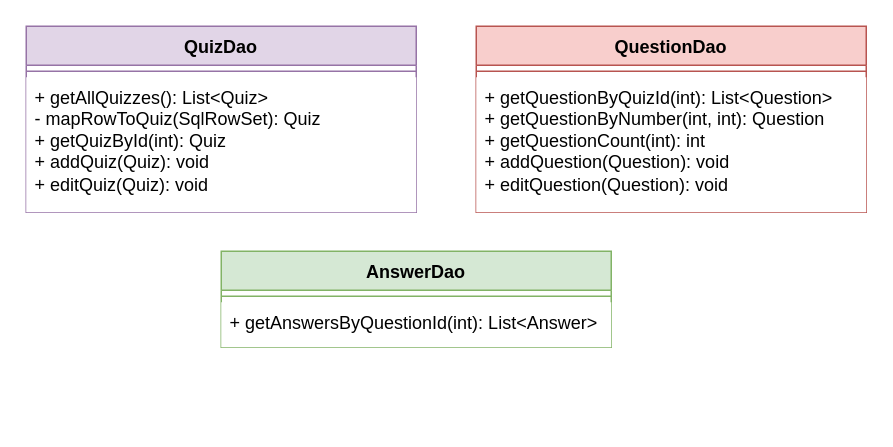
The draw.io diagram page "DAO" (1 of 4) of diagrams/sprint2-project-diagram.drawio in full-stack-devs-learn/niantic-2024-sprint-2-team-3, before the edit. Source tidied: cells renumbered, new cells numbered last; positions are measured from the earlier drawing's top-left corner, leaving out a move shared by most shapes. Both pictures are drawn from the tidied source at 150%, with x=0, y=0 at pixel (26, 26).
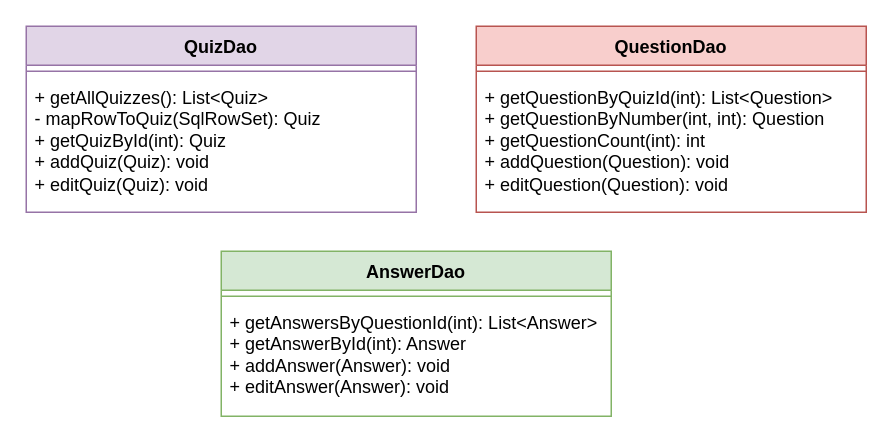
Above is the later version.

The edit, as a diff of the source:
```diff
@@
 <mxGraphModel>
   <root>
     <mxCell id="0" />
     <mxCell id="1" parent="0" />
     <mxCell id="2" value="QuizDao" style="swimlane;fontStyle=1;align=center;verticalAlign=top;horizontal=1;startSize=26;whiteSpace=wrap;html=1;fillColor=#e1d5e7;strokeColor=#9673a6;" parent="1" vertex="1">
       <mxGeometry width="260" height="124" as="geometry" />
     </mxCell>
     <mxCell id="3" style="line;strokeWidth=1;fillColor=none;align=left;verticalAlign=middle;spacingTop=-1;spacingLeft=3;spacingRight=3;labelPosition=right;strokeColor=inherit;" parent="2" vertex="1">
       <mxGeometry y="26" width="260" height="8" as="geometry" />
     </mxCell>
-    <mxCell id="4" value="+ getAllQuizzes(): List&amp;lt;Quiz&amp;gt;&lt;div&gt;- mapRowToQuiz(SqlRowSet): Quiz&lt;/div&gt;&lt;div&gt;+ getQuizById(int): Quiz&lt;/div&gt;&lt;div&gt;+ addQuiz(Quiz): void&lt;/div&gt;&lt;div&gt;+ editQuiz(Quiz): void&lt;/div&gt;" style="text;strokeColor=none;fillColor=default;align=left;verticalAlign=top;spacingLeft=4;spacingRight=4;overflow=hidden;whiteSpace=wrap;html=1;" parent="2" vertex="1">
+    <mxCell id="4" value="+ getAllQuizzes(): List&amp;lt;Quiz&amp;gt;&lt;div&gt;- mapRowToQuiz(SqlRowSet): Quiz&lt;/div&gt;&lt;div&gt;+ getQuizById(int): Quiz&lt;/div&gt;&lt;div&gt;+ addQuiz(Quiz): void&lt;/div&gt;&lt;div&gt;+ editQuiz(Quiz): void&lt;/div&gt;" style="text;strokeColor=none;fillColor=none;align=left;verticalAlign=top;spacingLeft=4;spacingRight=4;overflow=hidden;whiteSpace=wrap;html=1;" parent="2" vertex="1">
       <mxGeometry y="34" width="260" height="90" as="geometry" />
     </mxCell>
     <mxCell id="5" value="QuestionDao" style="swimlane;fontStyle=1;align=center;verticalAlign=top;horizontal=1;startSize=26;whiteSpace=wrap;html=1;fillColor=#f8cecc;strokeColor=#b85450;" parent="1" vertex="1">
       <mxGeometry x="300" width="260" height="124" as="geometry" />
     </mxCell>
     <mxCell id="6" style="line;strokeWidth=1;fillColor=none;align=left;verticalAlign=middle;spacingTop=-1;spacingLeft=3;spacingRight=3;labelPosition=right;strokeColor=inherit;" parent="5" vertex="1">
       <mxGeometry y="26" width="260" height="8" as="geometry" />
     </mxCell>
-    <mxCell id="7" value="+ getQuestionByQuizId(int): List&amp;lt;Question&amp;gt;&lt;div&gt;+ getQuestionByNumber(int, int): Question&lt;/div&gt;&lt;div&gt;+ getQuestionCount(int): int&lt;/div&gt;&lt;div&gt;+ addQuestion(Question): void&lt;/div&gt;&lt;div&gt;+ editQuestion(Question): void&lt;/div&gt;" style="text;strokeColor=none;fillColor=default;align=left;verticalAlign=top;spacingLeft=4;spacingRight=4;overflow=hidden;whiteSpace=wrap;html=1;" parent="5" vertex="1">
+    <mxCell id="7" value="+ getQuestionByQuizId(int): List&amp;lt;Question&amp;gt;&lt;div&gt;+ getQuestionByNumber(int, int): Question&lt;/div&gt;&lt;div&gt;+ getQuestionCount(int): int&lt;/div&gt;&lt;div&gt;+ addQuestion(Question): void&lt;/div&gt;&lt;div&gt;+ editQuestion(Question): void&lt;/div&gt;" style="text;strokeColor=none;fillColor=none;align=left;verticalAlign=top;spacingLeft=4;spacingRight=4;overflow=hidden;whiteSpace=wrap;html=1;" parent="5" vertex="1">
       <mxGeometry y="34" width="260" height="90" as="geometry" />
     </mxCell>
     <mxCell id="8" value="AnswerDao" style="swimlane;fontStyle=1;align=center;verticalAlign=top;horizontal=1;startSize=26;whiteSpace=wrap;html=1;fillColor=#d5e8d4;strokeColor=#82b366;" parent="1" vertex="1">
-      <mxGeometry x="130" y="150" width="260" height="64" as="geometry" />
+      <mxGeometry x="130" y="150" width="260" height="110" as="geometry" />
     </mxCell>
     <mxCell id="9" style="line;strokeWidth=1;fillColor=none;align=left;verticalAlign=middle;spacingTop=-1;spacingLeft=3;spacingRight=3;labelPosition=right;strokeColor=inherit;" parent="8" vertex="1">
       <mxGeometry y="26" width="260" height="8" as="geometry" />
     </mxCell>
-    <mxCell id="10" value="+ getAnswersByQuestionId(int): List&amp;lt;Answer&amp;gt;" style="text;strokeColor=none;fillColor=default;align=left;verticalAlign=top;spacingLeft=4;spacingRight=4;overflow=hidden;whiteSpace=wrap;html=1;" parent="8" vertex="1">
-      <mxGeometry y="34" width="260" height="30" as="geometry" />
+    <mxCell id="10" value="+ getAnswersByQuestionId(int): List&amp;lt;Answer&amp;gt;&lt;div&gt;+ getAnswerById(int): Answer&lt;/div&gt;&lt;div&gt;+ addAnswer(Answer): void&lt;/div&gt;&lt;div&gt;+ editAnswer(Answer): void&lt;/div&gt;" style="text;strokeColor=none;fillColor=none;align=left;verticalAlign=top;spacingLeft=4;spacingRight=4;overflow=hidden;whiteSpace=wrap;html=1;" parent="8" vertex="1">
+      <mxGeometry y="34" width="260" height="76" as="geometry" />
     </mxCell>
   </root>
 </mxGraphModel>
```
